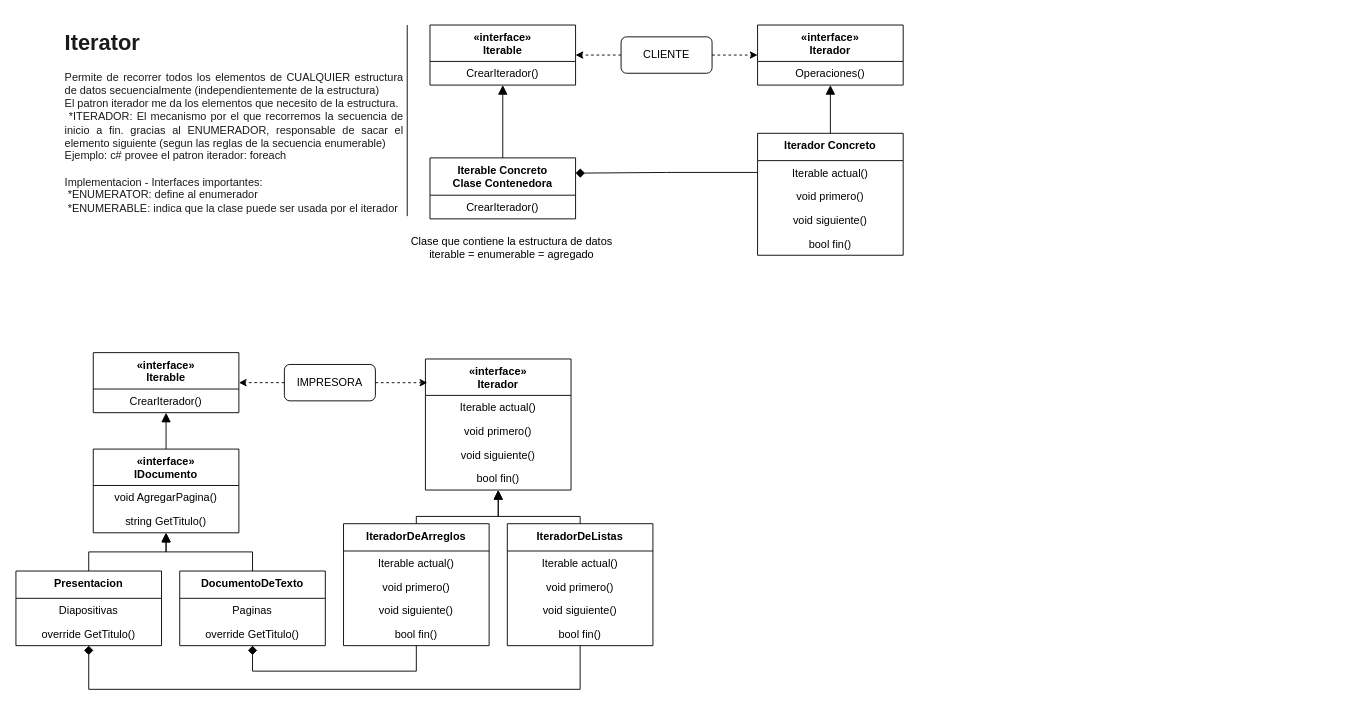
This is page "2 ITERATOR" (1 of 3) of Patrones de Disenio.drawio from veroyols/I3007_patrones_de_disenio, a draw.io file, before an edit. Source tidied: cells renumbered, new cells numbered last; positions are measured from the earlier drawing's top-left corner, leaving out a move shared by most shapes. Both pictures are drawn from the tidied source at 91%, with x=0, y=0 at pixel (15, 25).
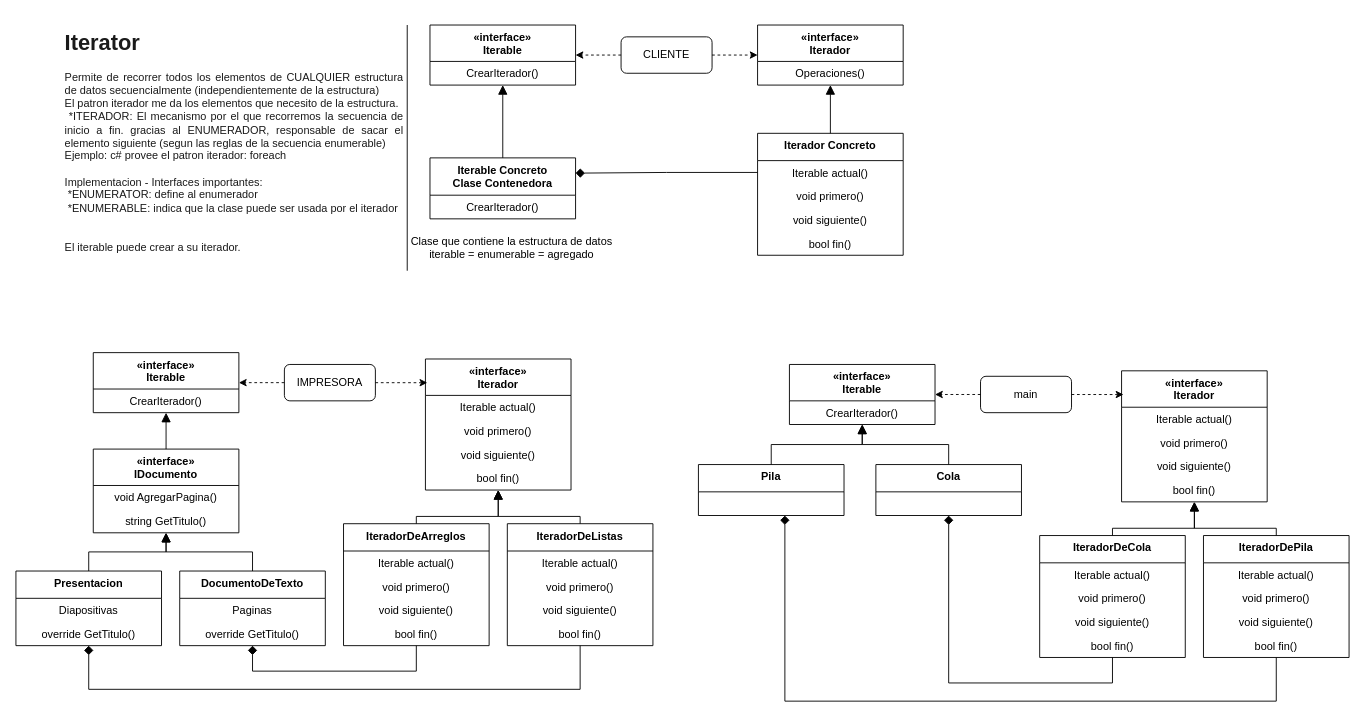
The same diagram, later.

Change to the diagram source:
```diff
@@
-    <mxCell id="6" value="&lt;h1 style=&quot;text-align: justify&quot;&gt;&lt;font color=&quot;#1a1a1a&quot;&gt;Iterator&lt;/font&gt;&lt;/h1&gt;&lt;p&gt;&lt;/p&gt;&lt;div style=&quot;text-align: justify&quot;&gt;&lt;span style=&quot;color: rgb(26 , 26 , 26)&quot;&gt;Permite de recorrer todos los elementos de CUALQUIER estructura de datos secuencialmente (independientemente de la estructura)&lt;/span&gt;&lt;/div&gt;&lt;font color=&quot;#1a1a1a&quot;&gt;&lt;div style=&quot;text-align: justify&quot;&gt;&lt;span&gt;El patron iterador me da los elementos que necesito de la estructura.&amp;nbsp;&lt;/span&gt;&lt;/div&gt;&lt;div style=&quot;text-align: justify&quot;&gt;&lt;span&gt;&amp;nbsp;*ITERADOR: El mecanismo por el que recorremos la secuencia de inicio a fin. gracias al&amp;nbsp;&lt;/span&gt;&lt;span&gt;ENUMERADOR, responsable de sacar el elemento siguiente (segun las reglas de la secuencia enumerable)&lt;/span&gt;&lt;/div&gt;&lt;div style=&quot;text-align: justify&quot;&gt;&lt;span&gt;Ejemplo: c# provee el patron iterador: foreach&lt;/span&gt;&lt;/div&gt;&lt;div style=&quot;text-align: justify&quot;&gt;&lt;span&gt;&lt;br&gt;&lt;/span&gt;&lt;/div&gt;&lt;div style=&quot;text-align: justify&quot;&gt;&lt;span&gt;Implementacion - Interfaces importantes:&lt;/span&gt;&lt;/div&gt;&lt;div style=&quot;text-align: justify&quot;&gt;&lt;span&gt;&amp;nbsp;*ENUMERATOR: define al enumerador&lt;/span&gt;&lt;/div&gt;&lt;div style=&quot;text-align: justify&quot;&gt;&lt;span&gt;&amp;nbsp;*ENUMERABLE: indica que la clase puede ser usada por el iterador&lt;/span&gt;&lt;/div&gt;&lt;/font&gt;&lt;p&gt;&lt;/p&gt;" style="text;html=1;strokeColor=none;fillColor=none;spacing=5;spacingTop=-20;whiteSpace=wrap;overflow=hidden;rounded=0;align=center;" parent="1" vertex="1">
-      <mxGeometry x="50" width="380" height="210" as="geometry" />
+    <mxCell id="6" value="&lt;h1 style=&quot;text-align: justify&quot;&gt;&lt;font color=&quot;#1a1a1a&quot;&gt;Iterator&lt;/font&gt;&lt;/h1&gt;&lt;p&gt;&lt;/p&gt;&lt;div style=&quot;text-align: justify&quot;&gt;&lt;span style=&quot;color: rgb(26 , 26 , 26)&quot;&gt;Permite de recorrer todos los elementos de CUALQUIER estructura de datos secuencialmente (independientemente de la estructura)&lt;/span&gt;&lt;/div&gt;&lt;font color=&quot;#1a1a1a&quot;&gt;&lt;div style=&quot;text-align: justify&quot;&gt;&lt;span&gt;El patron iterador me da los elementos que necesito de la estructura.&amp;nbsp;&lt;/span&gt;&lt;/div&gt;&lt;div style=&quot;text-align: justify&quot;&gt;&lt;span&gt;&amp;nbsp;*ITERADOR: El mecanismo por el que recorremos la secuencia de inicio a fin. gracias al&amp;nbsp;&lt;/span&gt;&lt;span&gt;ENUMERADOR, responsable de sacar el elemento siguiente (segun las reglas de la secuencia enumerable)&lt;/span&gt;&lt;/div&gt;&lt;div style=&quot;text-align: justify&quot;&gt;&lt;span&gt;Ejemplo: c# provee el patron iterador: foreach&lt;/span&gt;&lt;/div&gt;&lt;div style=&quot;text-align: justify&quot;&gt;&lt;span&gt;&lt;br&gt;&lt;/span&gt;&lt;/div&gt;&lt;div style=&quot;text-align: justify&quot;&gt;&lt;span&gt;Implementacion - Interfaces importantes:&lt;/span&gt;&lt;/div&gt;&lt;div style=&quot;text-align: justify&quot;&gt;&lt;span&gt;&amp;nbsp;*ENUMERATOR: define al enumerador&lt;/span&gt;&lt;/div&gt;&lt;div style=&quot;text-align: justify&quot;&gt;&lt;span&gt;&amp;nbsp;*ENUMERABLE: indica que la clase puede ser usada por el iterador&lt;/span&gt;&lt;/div&gt;&lt;div style=&quot;text-align: justify&quot;&gt;&lt;span&gt;&lt;br&gt;&lt;/span&gt;&lt;/div&gt;&lt;div style=&quot;text-align: justify&quot;&gt;&lt;span&gt;&lt;br&gt;&lt;/span&gt;&lt;/div&gt;&lt;div style=&quot;text-align: justify&quot;&gt;&lt;span&gt;El iterable puede crear a su iterador.&lt;/span&gt;&lt;/div&gt;&lt;/font&gt;&lt;p&gt;&lt;/p&gt;" style="text;html=1;strokeColor=none;fillColor=none;spacing=5;spacingTop=-20;whiteSpace=wrap;overflow=hidden;rounded=0;align=center;" parent="1" vertex="1">
+      <mxGeometry x="50" width="380" height="270" as="geometry" />
     </mxCell>
@@
+    <mxCell id="58" value="«interface»&#10;Iterador" style="swimlane;fontStyle=1;align=center;verticalAlign=top;horizontal=1;startSize=40;" parent="1" vertex="1">
+      <mxGeometry x="1215" y="380" width="160" height="144" as="geometry" />
+    </mxCell>
+    <mxCell id="59" value="Iterable actual()&#10;" style="text;strokeColor=none;fillColor=none;align=center;verticalAlign=top;spacingLeft=4;spacingRight=4;overflow=hidden;" parent="58" vertex="1">
+      <mxGeometry y="40" width="160" height="26" as="geometry" />
+    </mxCell>
+    <mxCell id="60" value="void primero()&#10;" style="text;strokeColor=none;fillColor=none;align=center;verticalAlign=top;spacingLeft=4;spacingRight=4;overflow=hidden;" parent="58" vertex="1">
+      <mxGeometry y="66" width="160" height="26" as="geometry" />
+    </mxCell>
+    <mxCell id="61" value="void siguiente()&#10;" style="text;strokeColor=none;fillColor=none;align=center;verticalAlign=top;spacingLeft=4;spacingRight=4;overflow=hidden;" parent="58" vertex="1">
+      <mxGeometry y="92" width="160" height="26" as="geometry" />
+    </mxCell>
+    <mxCell id="62" value="bool fin()&#10;" style="text;strokeColor=none;fillColor=none;align=center;verticalAlign=top;spacingLeft=4;spacingRight=4;overflow=hidden;" parent="58" vertex="1">
+      <mxGeometry y="118" width="160" height="26" as="geometry" />
+    </mxCell>
+    <mxCell id="63" value="main" style="rounded=1;whiteSpace=wrap;html=1;align=center;" parent="1" vertex="1">
+      <mxGeometry x="1060" y="386" width="100" height="40" as="geometry" />
+    </mxCell>
+    <mxCell id="64" style="endArrow=classic;html=1;dashed=1;" parent="1" edge="1" source="63" target="75">
+      <mxGeometry relative="1" as="geometry" />
+    </mxCell>
+    <mxCell id="65" style="endArrow=classic;html=1;dashed=1;entryX=0.013;entryY=0.181;entryDx=0;entryDy=0;entryPerimeter=0;" parent="1" edge="1" source="63" target="58">
+      <mxGeometry relative="1" as="geometry" />
+    </mxCell>
+    <mxCell id="66" value="IteradorDeCola" style="swimlane;fontStyle=1;align=center;verticalAlign=top;horizontal=1;startSize=30;" parent="1" vertex="1">
+      <mxGeometry x="1125" y="561" width="160" height="134" as="geometry" />
+    </mxCell>
+    <mxCell id="67" value="Iterable actual()&#10;" style="text;strokeColor=none;fillColor=none;align=center;verticalAlign=top;spacingLeft=4;spacingRight=4;overflow=hidden;" parent="66" vertex="1">
+      <mxGeometry y="30" width="160" height="26" as="geometry" />
+    </mxCell>
+    <mxCell id="68" value="void primero()&#10;" style="text;strokeColor=none;fillColor=none;align=center;verticalAlign=top;spacingLeft=4;spacingRight=4;overflow=hidden;" parent="66" vertex="1">
+      <mxGeometry y="56" width="160" height="26" as="geometry" />
+    </mxCell>
+    <mxCell id="69" value="void siguiente()&#10;" style="text;strokeColor=none;fillColor=none;align=center;verticalAlign=top;spacingLeft=4;spacingRight=4;overflow=hidden;" parent="66" vertex="1">
+      <mxGeometry y="82" width="160" height="26" as="geometry" />
+    </mxCell>
+    <mxCell id="70" value="bool fin()&#10;" style="text;strokeColor=none;fillColor=none;align=center;verticalAlign=top;spacingLeft=4;spacingRight=4;overflow=hidden;" parent="66" vertex="1">
+      <mxGeometry y="108" width="160" height="26" as="geometry" />
+    </mxCell>
+    <mxCell id="71" value="Cola" style="swimlane;fontStyle=1;align=center;verticalAlign=top;horizontal=1;startSize=30;" parent="1" vertex="1">
+      <mxGeometry x="945" y="483" width="160" height="56" as="geometry" />
+    </mxCell>
+    <mxCell id="72" style="endArrow=block;html=1;endFill=1;endSize=8;edgeStyle=orthogonalEdgeStyle;rounded=0;" parent="1" edge="1" source="71" target="75">
+      <mxGeometry relative="1" as="geometry" />
+    </mxCell>
+    <mxCell id="73" style="endArrow=block;html=1;endFill=1;endSize=8;rounded=0;edgeStyle=orthogonalEdgeStyle;" parent="1" edge="1" source="66" target="58">
+      <mxGeometry relative="1" as="geometry">
+        <Array as="points">
+          <mxPoint x="1205" y="553" />
+          <mxPoint x="1295" y="553" />
+        </Array>
+      </mxGeometry>
+    </mxCell>
+    <mxCell id="74" style="endArrow=diamond;html=1;endFill=1;endSize=8;edgeStyle=orthogonalEdgeStyle;rounded=0;" parent="1" edge="1" source="79" target="77">
+      <mxGeometry relative="1" as="geometry">
+        <Array as="points">
+          <mxPoint x="1385" y="743" />
+          <mxPoint x="845" y="743" />
+        </Array>
+      </mxGeometry>
+    </mxCell>
+    <mxCell id="75" value="«interface»&#10;Iterable" style="swimlane;fontStyle=1;align=center;verticalAlign=top;horizontal=1;startSize=40;" parent="1" vertex="1">
+      <mxGeometry x="850" y="373" width="160" height="66" as="geometry" />
+    </mxCell>
+    <mxCell id="76" value="CrearIterador()" style="text;strokeColor=none;fillColor=none;align=center;verticalAlign=top;spacingLeft=4;spacingRight=4;overflow=hidden;" parent="75" vertex="1">
+      <mxGeometry y="40" width="160" height="26" as="geometry" />
+    </mxCell>
+    <mxCell id="77" value="Pila" style="swimlane;fontStyle=1;align=center;verticalAlign=top;horizontal=1;startSize=30;" parent="1" vertex="1">
+      <mxGeometry x="750" y="483" width="160" height="56" as="geometry" />
+    </mxCell>
+    <mxCell id="78" style="endArrow=block;html=1;endFill=1;endSize=8;edgeStyle=orthogonalEdgeStyle;rounded=0;" parent="1" edge="1" source="77" target="75">
+      <mxGeometry relative="1" as="geometry" />
+    </mxCell>
+    <mxCell id="79" value="IteradorDePila" style="swimlane;fontStyle=1;align=center;verticalAlign=top;horizontal=1;startSize=30;" parent="1" vertex="1">
+      <mxGeometry x="1305" y="561" width="160" height="134" as="geometry" />
+    </mxCell>
+    <mxCell id="80" value="Iterable actual()&#10;" style="text;strokeColor=none;fillColor=none;align=center;verticalAlign=top;spacingLeft=4;spacingRight=4;overflow=hidden;" parent="79" vertex="1">
+      <mxGeometry y="30" width="160" height="26" as="geometry" />
+    </mxCell>
+    <mxCell id="81" value="void primero()&#10;" style="text;strokeColor=none;fillColor=none;align=center;verticalAlign=top;spacingLeft=4;spacingRight=4;overflow=hidden;" parent="79" vertex="1">
+      <mxGeometry y="56" width="160" height="26" as="geometry" />
+    </mxCell>
+    <mxCell id="82" value="void siguiente()&#10;" style="text;strokeColor=none;fillColor=none;align=center;verticalAlign=top;spacingLeft=4;spacingRight=4;overflow=hidden;" parent="79" vertex="1">
+      <mxGeometry y="82" width="160" height="26" as="geometry" />
+    </mxCell>
+    <mxCell id="83" value="bool fin()&#10;" style="text;strokeColor=none;fillColor=none;align=center;verticalAlign=top;spacingLeft=4;spacingRight=4;overflow=hidden;" parent="79" vertex="1">
+      <mxGeometry y="108" width="160" height="26" as="geometry" />
+    </mxCell>
+    <mxCell id="84" style="endArrow=block;html=1;endFill=1;endSize=8;rounded=0;edgeStyle=orthogonalEdgeStyle;" parent="1" edge="1" source="79" target="58">
+      <mxGeometry relative="1" as="geometry">
+        <Array as="points">
+          <mxPoint x="1385" y="553" />
+          <mxPoint x="1295" y="553" />
+        </Array>
+      </mxGeometry>
+    </mxCell>
+    <mxCell id="85" style="endArrow=diamond;html=1;endFill=1;endSize=8;edgeStyle=orthogonalEdgeStyle;rounded=0;" parent="1" edge="1" source="66" target="71">
+      <mxGeometry relative="1" as="geometry">
+        <Array as="points">
+          <mxPoint x="1205" y="723" />
+          <mxPoint x="1025" y="723" />
+        </Array>
+      </mxGeometry>
+    </mxCell>
```
